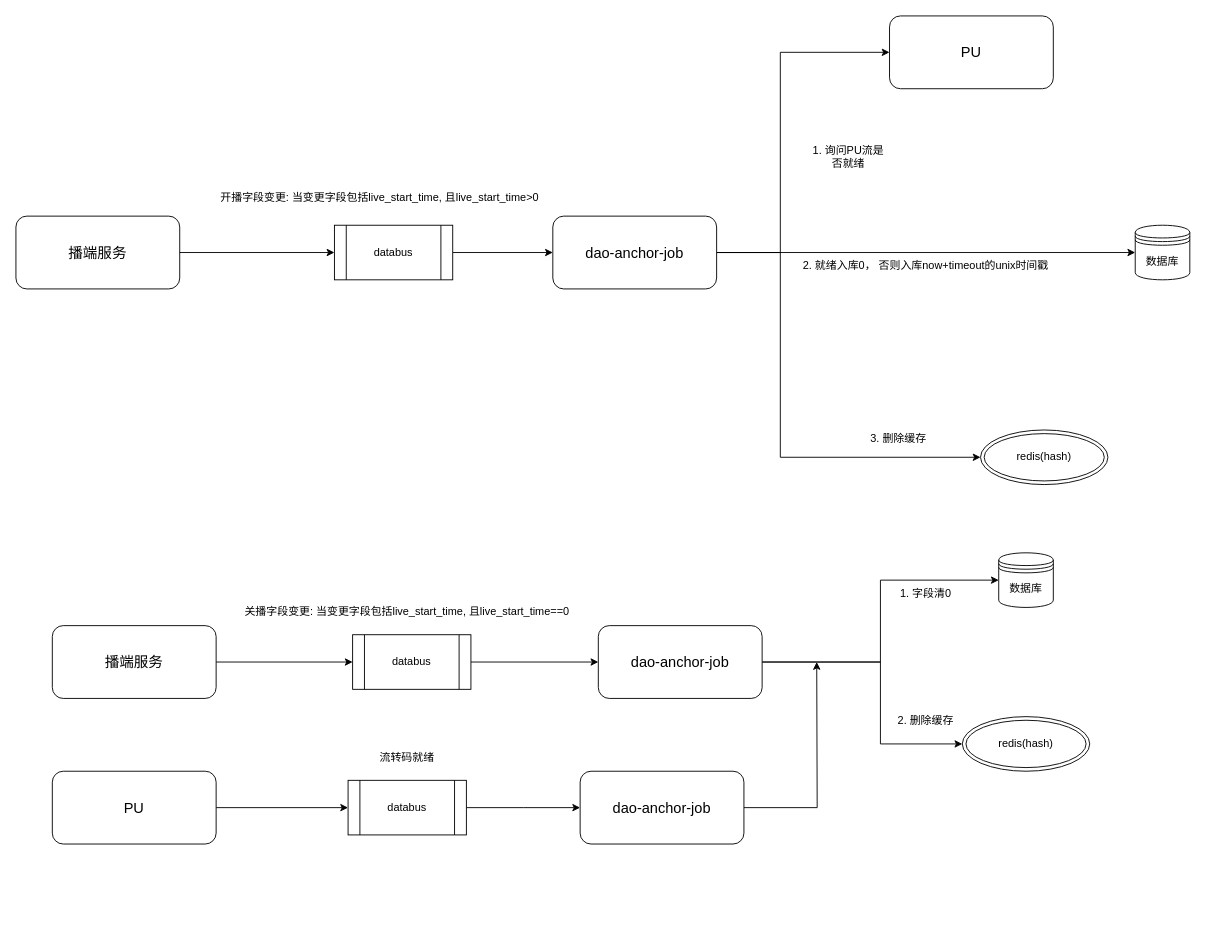
The draw.io diagram 真原画调度直播间状态数据流.drawio in smartcharles/tech_draw, before the edit. Source tidied: cells renumbered, new cells numbered last; positions are measured from the earlier drawing's top-left corner, leaving out a move shared by most shapes. Both pictures are drawn from the tidied source at 91%, with x=0, y=0 at pixel (15, 15).
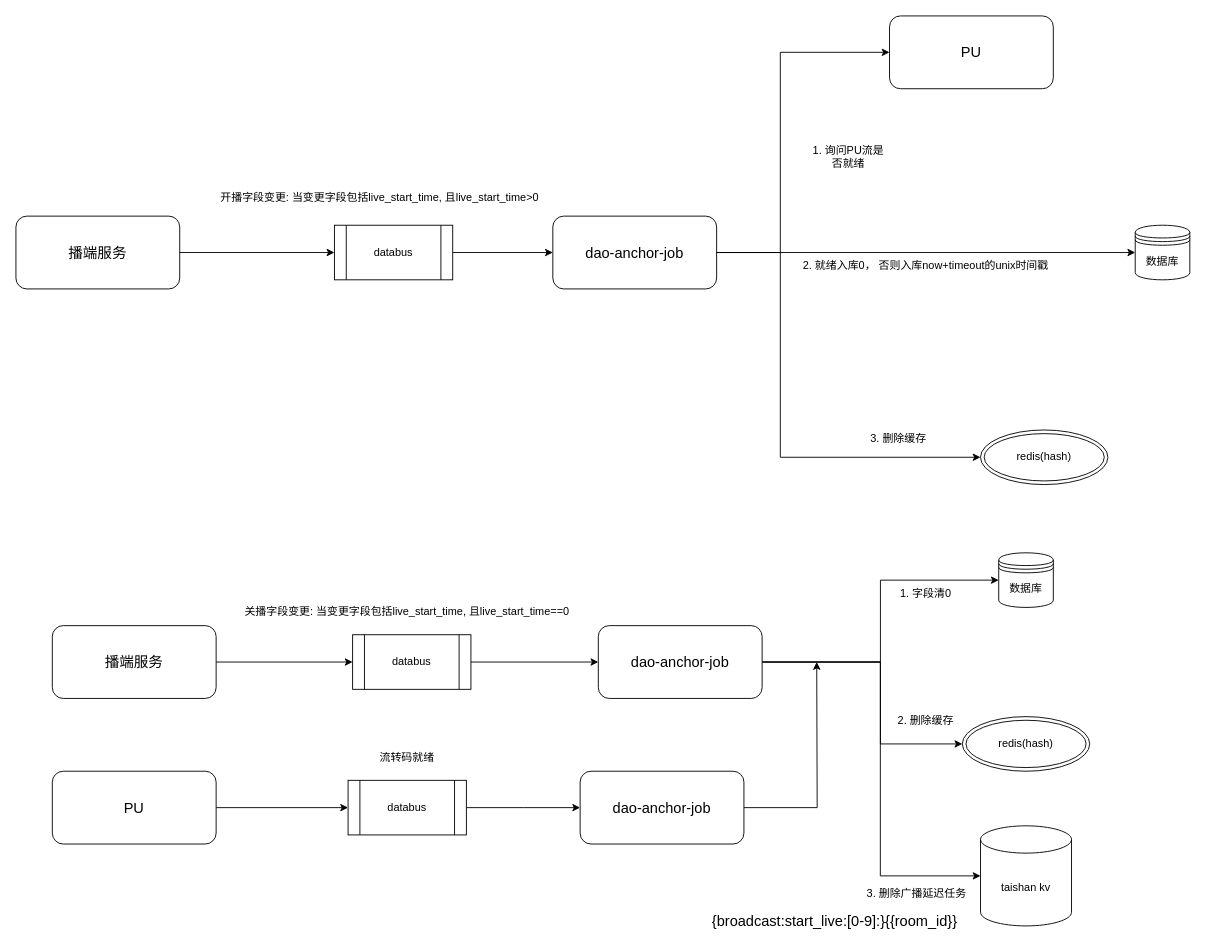
Above is the later version.

Commit message:
更新真原画调度直播间状态数据流.drawio

Unchanged cells that the change refers to:
```xml
<mxCell id="25" value="&lt;font style=&quot;font-size: 16px;&quot;&gt;dao-anchor-job&lt;/font&gt;" style="rounded=1;whiteSpace=wrap;html=1;" parent="18" vertex="1">
  <mxGeometry x="600" y="80" width="180" height="80" as="geometry" />
</mxCell>
```

The edit, as a diff of the source:
```diff
@@
+    <mxCell id="38" value="taishan kv" style="shape=cylinder3;whiteSpace=wrap;html=1;boundedLbl=1;backgroundOutline=1;size=15;" parent="1" vertex="1">
+      <mxGeometry x="1060" y="890" width="100" height="110" as="geometry" />
+    </mxCell>
+    <mxCell id="39" style="edgeStyle=orthogonalEdgeStyle;rounded=0;jettySize=auto;html=1;entryX=0;entryY=0.5;entryDx=0;entryDy=0;entryPerimeter=0;" parent="1" edge="1" source="25" target="38">
+      <mxGeometry relative="1" as="geometry">
+        <Array as="points">
+          <mxPoint x="949.9" y="709.9" />
+          <mxPoint x="949.9" y="945" />
+        </Array>
+      </mxGeometry>
+    </mxCell>
+    <mxCell id="40" value="3. 删除广播延迟任务" style="text;html=1;whiteSpace=wrap;strokeColor=none;fillColor=none;align=center;verticalAlign=middle;rounded=0;" parent="1" vertex="1">
+      <mxGeometry x="920" y="950" width="140" height="30" as="geometry" />
+    </mxCell>
+    <mxCell id="41" value="&lt;font style=&quot;font-size: 16px;&quot;&gt;{broadcast:start_live:[0-9]:}{{room_id}}&lt;/font&gt;" style="text;html=1;whiteSpace=wrap;strokeColor=none;fillColor=none;align=center;verticalAlign=middle;rounded=0;" parent="1" vertex="1">
+      <mxGeometry x="750" y="980" width="300" height="30" as="geometry" />
+    </mxCell>
```
